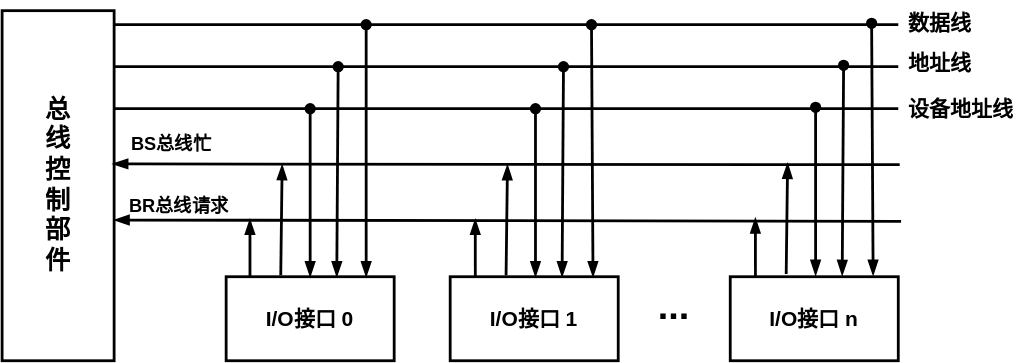
The draw.io diagram pictures/计算机组成原理-总线判优控制-计数器定时查询.drawio.svg in creatern/NoteBook, before a commit. Source tidied: cells renumbered, new cells last; positions are measured from the earlier drawing's top-left corner, leaving out a move shared by most shapes.
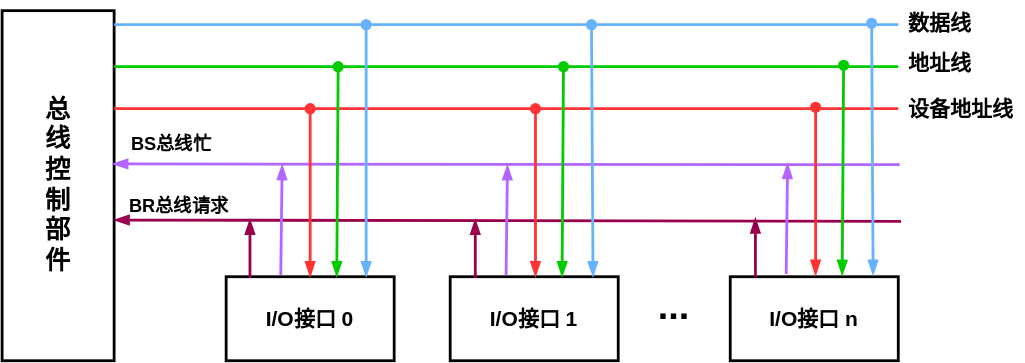
After the change.

What changed in the source:
```diff
@@ -2,19 +2,19 @@
   <root>
     <mxCell id="0" />
     <mxCell id="1" parent="0" />
-    <mxCell id="2" value="&lt;b style=&quot;font-size: 18px;&quot;&gt;&lt;font style=&quot;font-size: 18px;&quot;&gt;总&lt;br style=&quot;font-size: 18px;&quot;&gt;线&lt;br style=&quot;font-size: 18px;&quot;&gt;控&lt;br style=&quot;font-size: 18px;&quot;&gt;制&lt;br style=&quot;font-size: 18px;&quot;&gt;部&lt;br style=&quot;font-size: 18px;&quot;&gt;件&lt;/font&gt;&lt;/b&gt;" style="rounded=0;whiteSpace=wrap;html=1;fontFamily=Helvetica;fontSize=18;fontColor=default;strokeWidth=2;" parent="1" vertex="1">
+    <mxCell id="2" value="&lt;b style=&quot;font-size: 18px;&quot;&gt;&lt;font style=&quot;font-size: 18px;&quot;&gt;总&lt;br style=&quot;font-size: 18px;&quot;&gt;线&lt;br style=&quot;font-size: 18px;&quot;&gt;控&lt;br style=&quot;font-size: 18px;&quot;&gt;制&lt;br style=&quot;font-size: 18px;&quot;&gt;部&lt;br style=&quot;font-size: 18px;&quot;&gt;件&lt;/font&gt;&lt;/b&gt;" style="rounded=0;whiteSpace=wrap;html=1;fontFamily=Helvetica;fontSize=18;strokeWidth=2;" parent="1" vertex="1">
       <mxGeometry y="7" width="80" height="250" as="geometry" />
     </mxCell>
-    <mxCell id="3" value="&lt;b&gt;&lt;font style=&quot;font-size: 15px;&quot;&gt;I/O接口 0&lt;/font&gt;&lt;/b&gt;" style="rounded=0;whiteSpace=wrap;html=1;strokeColor=default;strokeWidth=2;fontFamily=Helvetica;fontSize=11;fontColor=default;fillColor=default;" parent="1" vertex="1">
+    <mxCell id="3" value="&lt;b&gt;&lt;font style=&quot;font-size: 15px;&quot;&gt;I/O接口 0&lt;/font&gt;&lt;/b&gt;" style="rounded=0;whiteSpace=wrap;html=1;strokeWidth=2;fontFamily=Helvetica;fontSize=11;" parent="1" vertex="1">
       <mxGeometry x="160" y="197" width="120" height="60" as="geometry" />
     </mxCell>
-    <mxCell id="4" value="&lt;b&gt;&lt;font style=&quot;font-size: 15px;&quot;&gt;I/O接口 1&lt;/font&gt;&lt;/b&gt;" style="rounded=0;whiteSpace=wrap;html=1;strokeColor=default;strokeWidth=2;fontFamily=Helvetica;fontSize=11;fontColor=default;fillColor=default;" parent="1" vertex="1">
+    <mxCell id="4" value="&lt;b&gt;&lt;font style=&quot;font-size: 15px;&quot;&gt;I/O接口 1&lt;/font&gt;&lt;/b&gt;" style="rounded=0;whiteSpace=wrap;html=1;strokeWidth=2;fontFamily=Helvetica;fontSize=11;" parent="1" vertex="1">
       <mxGeometry x="320" y="197" width="120" height="60" as="geometry" />
     </mxCell>
-    <mxCell id="5" value="&lt;b&gt;&lt;font style=&quot;font-size: 15px;&quot;&gt;I/O接口 n&lt;/font&gt;&lt;/b&gt;" style="rounded=0;whiteSpace=wrap;html=1;strokeColor=default;strokeWidth=2;fontFamily=Helvetica;fontSize=11;fontColor=default;fillColor=default;" parent="1" vertex="1">
+    <mxCell id="5" value="&lt;b&gt;&lt;font style=&quot;font-size: 15px;&quot;&gt;I/O接口 n&lt;/font&gt;&lt;/b&gt;" style="rounded=0;whiteSpace=wrap;html=1;strokeWidth=2;fontFamily=Helvetica;fontSize=11;" parent="1" vertex="1">
       <mxGeometry x="520" y="197" width="120" height="60" as="geometry" />
     </mxCell>
-    <mxCell id="6" style="endArrow=none;html=1;rounded=0;labelBackgroundColor=default;strokeColor=default;strokeWidth=2;fontFamily=Helvetica;fontSize=11;fontColor=default;shape=connector;" parent="1" edge="1">
+    <mxCell id="6" style="endArrow=none;html=1;rounded=0;labelBackgroundColor=default;strokeColor=#00CC00;strokeWidth=2;fontFamily=Helvetica;fontSize=11;fontColor=default;shape=connector;" parent="1" edge="1">
       <mxGeometry relative="1" as="geometry">
         <mxPoint x="80" y="47" as="sourcePoint" />
         <mxPoint x="640" y="47" as="targetPoint" />
@@ -23,7 +23,7 @@
     <mxCell id="7" value="&lt;b&gt;&lt;font style=&quot;font-size: 15px;&quot;&gt;数据线&lt;/font&gt;&lt;/b&gt;" style="text;html=1;strokeColor=none;fillColor=none;align=center;verticalAlign=middle;whiteSpace=wrap;rounded=0;fontSize=11;fontFamily=Helvetica;fontColor=default;" parent="1" vertex="1">
       <mxGeometry x="640" width="60" height="30" as="geometry" />
     </mxCell>
-    <mxCell id="8" style="endArrow=none;html=1;rounded=0;labelBackgroundColor=default;strokeColor=default;strokeWidth=2;fontFamily=Helvetica;fontSize=11;fontColor=default;shape=connector;" parent="1" edge="1">
+    <mxCell id="8" style="endArrow=none;html=1;rounded=0;labelBackgroundColor=default;strokeColor=#FF3333;strokeWidth=2;fontFamily=Helvetica;fontSize=11;fontColor=default;shape=connector;" parent="1" edge="1">
       <mxGeometry relative="1" as="geometry">
         <mxPoint x="80" y="77" as="sourcePoint" />
         <mxPoint x="640" y="77" as="targetPoint" />
@@ -32,13 +32,13 @@
     <mxCell id="9" value="&lt;b&gt;&lt;font style=&quot;font-size: 15px;&quot;&gt;地址线&lt;/font&gt;&lt;/b&gt;" style="text;html=1;strokeColor=none;fillColor=none;align=center;verticalAlign=middle;whiteSpace=wrap;rounded=0;fontSize=11;fontFamily=Helvetica;fontColor=default;" parent="1" vertex="1">
       <mxGeometry x="640" y="29" width="60" height="30" as="geometry" />
     </mxCell>
-    <mxCell id="10" style="endArrow=blockThin;html=1;rounded=0;labelBackgroundColor=default;strokeColor=default;strokeWidth=2;fontFamily=Helvetica;fontSize=11;fontColor=default;shape=connector;entryX=0.975;entryY=0.331;entryDx=0;entryDy=0;entryPerimeter=0;endFill=1;" parent="1" edge="1">
+    <mxCell id="10" style="endArrow=blockThin;html=1;rounded=0;labelBackgroundColor=default;strokeColor=#B266FF;strokeWidth=2;fontFamily=Helvetica;fontSize=11;fontColor=default;shape=connector;entryX=0.975;entryY=0.331;entryDx=0;entryDy=0;entryPerimeter=0;endFill=1;" parent="1" edge="1">
       <mxGeometry relative="1" as="geometry">
         <mxPoint x="641" y="117" as="sourcePoint" />
         <mxPoint x="79" y="116.4" as="targetPoint" />
       </mxGeometry>
     </mxCell>
-    <mxCell id="11" style="endArrow=blockThin;html=1;rounded=0;labelBackgroundColor=default;strokeColor=default;strokeWidth=2;fontFamily=Helvetica;fontSize=11;fontColor=default;shape=connector;entryX=0.975;entryY=0.331;entryDx=0;entryDy=0;entryPerimeter=0;endFill=1;" parent="1" edge="1">
+    <mxCell id="11" style="endArrow=blockThin;html=1;rounded=0;labelBackgroundColor=default;strokeColor=#99004D;strokeWidth=2;fontFamily=Helvetica;fontSize=11;fontColor=default;shape=connector;entryX=0.975;entryY=0.331;entryDx=0;entryDy=0;entryPerimeter=0;endFill=1;" parent="1" edge="1">
       <mxGeometry relative="1" as="geometry">
         <mxPoint x="642" y="157.5" as="sourcePoint" />
         <mxPoint x="80" y="156.5" as="targetPoint" />
@@ -53,25 +53,25 @@
     <mxCell id="14" value="&lt;b style=&quot;font-size: 27px;&quot;&gt;&lt;font style=&quot;font-size: 27px;&quot;&gt;...&lt;/font&gt;&lt;/b&gt;" style="text;html=1;strokeColor=none;fillColor=none;align=center;verticalAlign=middle;whiteSpace=wrap;rounded=0;fontSize=27;fontFamily=Helvetica;fontColor=default;" parent="1" vertex="1">
       <mxGeometry x="450" y="204" width="60" height="30" as="geometry" />
     </mxCell>
-    <mxCell id="15" style="endArrow=blockThin;html=1;rounded=0;labelBackgroundColor=default;strokeColor=default;strokeWidth=2;fontFamily=Helvetica;fontSize=11;fontColor=default;shape=connector;exitX=0.142;exitY=0.033;exitDx=0;exitDy=0;exitPerimeter=0;endFill=1;" parent="1" edge="1">
+    <mxCell id="15" style="endArrow=blockThin;html=1;rounded=0;labelBackgroundColor=default;strokeColor=#99004D;strokeWidth=2;fontFamily=Helvetica;fontSize=11;fontColor=default;shape=connector;exitX=0.142;exitY=0.033;exitDx=0;exitDy=0;exitPerimeter=0;endFill=1;" parent="1" edge="1">
       <mxGeometry relative="1" as="geometry">
         <mxPoint x="177" y="198" as="sourcePoint" />
         <mxPoint x="177" y="156" as="targetPoint" />
       </mxGeometry>
     </mxCell>
-    <mxCell id="16" style="endArrow=blockThin;html=1;rounded=0;labelBackgroundColor=default;strokeColor=default;strokeWidth=2;fontFamily=Helvetica;fontSize=11;fontColor=default;shape=connector;exitX=0.325;exitY=-0.017;exitDx=0;exitDy=0;exitPerimeter=0;endFill=1;" parent="1" edge="1">
+    <mxCell id="16" style="endArrow=blockThin;html=1;rounded=0;labelBackgroundColor=default;strokeColor=#B266FF;strokeWidth=2;fontFamily=Helvetica;fontSize=11;fontColor=default;shape=connector;exitX=0.325;exitY=-0.017;exitDx=0;exitDy=0;exitPerimeter=0;endFill=1;" parent="1" edge="1">
       <mxGeometry relative="1" as="geometry">
         <mxPoint x="199" y="196" as="sourcePoint" />
         <mxPoint x="200" y="117" as="targetPoint" />
       </mxGeometry>
     </mxCell>
-    <mxCell id="17" style="endArrow=blockThin;html=1;rounded=0;labelBackgroundColor=default;strokeColor=default;strokeWidth=2;fontFamily=Helvetica;fontSize=11;fontColor=default;shape=connector;endFill=1;entryX=0.5;entryY=0;entryDx=0;entryDy=0;startArrow=oval;startFill=1;" parent="1" edge="1">
+    <mxCell id="17" style="endArrow=blockThin;html=1;rounded=0;labelBackgroundColor=default;strokeColor=#FF3333;strokeWidth=2;fontFamily=Helvetica;fontSize=11;fontColor=default;shape=connector;endFill=1;entryX=0.5;entryY=0;entryDx=0;entryDy=0;startArrow=oval;startFill=1;" parent="1" edge="1">
       <mxGeometry relative="1" as="geometry">
         <mxPoint x="220" y="77" as="sourcePoint" />
         <mxPoint x="220" y="197" as="targetPoint" />
       </mxGeometry>
     </mxCell>
-    <mxCell id="18" style="endArrow=blockThin;html=1;rounded=0;labelBackgroundColor=default;strokeColor=default;strokeWidth=2;fontFamily=Helvetica;fontSize=11;fontColor=default;shape=connector;endFill=1;startArrow=oval;startFill=1;" parent="1" edge="1">
+    <mxCell id="18" style="endArrow=blockThin;html=1;rounded=0;labelBackgroundColor=default;strokeColor=#00CC00;strokeWidth=2;fontFamily=Helvetica;fontSize=11;fontColor=default;shape=connector;endFill=1;startArrow=oval;startFill=1;" parent="1" edge="1">
       <mxGeometry relative="1" as="geometry">
         <mxPoint x="240" y="47" as="sourcePoint" />
         <mxPoint x="239" y="197" as="targetPoint" />
@@ -80,73 +80,73 @@
     <mxCell id="19" value="&lt;b&gt;&lt;font style=&quot;font-size: 15px;&quot;&gt;设备地址线&lt;/font&gt;&lt;/b&gt;" style="text;html=1;strokeColor=none;fillColor=none;align=center;verticalAlign=middle;whiteSpace=wrap;rounded=0;fontSize=11;fontFamily=Helvetica;fontColor=default;" parent="1" vertex="1">
       <mxGeometry x="640" y="62" width="90" height="30" as="geometry" />
     </mxCell>
-    <mxCell id="20" style="endArrow=none;html=1;rounded=0;labelBackgroundColor=default;strokeColor=default;strokeWidth=2;fontFamily=Helvetica;fontSize=11;fontColor=default;shape=connector;" parent="1" edge="1">
+    <mxCell id="20" style="endArrow=none;html=1;rounded=0;labelBackgroundColor=default;strokeColor=#66B2FF;strokeWidth=2;fontFamily=Helvetica;fontSize=11;fontColor=default;shape=connector;" parent="1" edge="1">
       <mxGeometry relative="1" as="geometry">
         <mxPoint x="80" y="17" as="sourcePoint" />
         <mxPoint x="640" y="17" as="targetPoint" />
       </mxGeometry>
     </mxCell>
-    <mxCell id="21" style="endArrow=blockThin;html=1;rounded=0;labelBackgroundColor=default;strokeColor=default;strokeWidth=2;fontFamily=Helvetica;fontSize=11;fontColor=default;shape=connector;endFill=1;startArrow=oval;startFill=1;" parent="1" edge="1">
+    <mxCell id="21" style="endArrow=blockThin;html=1;rounded=0;labelBackgroundColor=default;strokeColor=#66B2FF;strokeWidth=2;fontFamily=Helvetica;fontSize=11;fontColor=default;shape=connector;endFill=1;startArrow=oval;startFill=1;" parent="1" edge="1">
       <mxGeometry relative="1" as="geometry">
         <mxPoint x="260" y="17" as="sourcePoint" />
         <mxPoint x="260" y="197" as="targetPoint" />
       </mxGeometry>
     </mxCell>
-    <mxCell id="22" style="endArrow=blockThin;html=1;rounded=0;labelBackgroundColor=default;strokeColor=default;strokeWidth=2;fontFamily=Helvetica;fontSize=11;fontColor=default;shape=connector;exitX=0.142;exitY=0.033;exitDx=0;exitDy=0;exitPerimeter=0;endFill=1;" parent="1" edge="1">
+    <mxCell id="22" style="endArrow=blockThin;html=1;rounded=0;labelBackgroundColor=default;strokeColor=#99004D;strokeWidth=2;fontFamily=Helvetica;fontSize=11;fontColor=default;shape=connector;exitX=0.142;exitY=0.033;exitDx=0;exitDy=0;exitPerimeter=0;endFill=1;" parent="1" edge="1">
       <mxGeometry relative="1" as="geometry">
         <mxPoint x="337.9" y="198" as="sourcePoint" />
         <mxPoint x="337.9" y="156" as="targetPoint" />
       </mxGeometry>
     </mxCell>
-    <mxCell id="23" style="endArrow=blockThin;html=1;rounded=0;labelBackgroundColor=default;strokeColor=default;strokeWidth=2;fontFamily=Helvetica;fontSize=11;fontColor=default;shape=connector;exitX=0.325;exitY=-0.017;exitDx=0;exitDy=0;exitPerimeter=0;endFill=1;" parent="1" edge="1">
+    <mxCell id="23" style="endArrow=blockThin;html=1;rounded=0;labelBackgroundColor=default;strokeColor=#B266FF;strokeWidth=2;fontFamily=Helvetica;fontSize=11;fontColor=default;shape=connector;exitX=0.325;exitY=-0.017;exitDx=0;exitDy=0;exitPerimeter=0;endFill=1;" parent="1" edge="1">
       <mxGeometry relative="1" as="geometry">
         <mxPoint x="359.9" y="196" as="sourcePoint" />
         <mxPoint x="360.9" y="117" as="targetPoint" />
       </mxGeometry>
     </mxCell>
-    <mxCell id="24" style="endArrow=blockThin;html=1;rounded=0;labelBackgroundColor=default;strokeColor=default;strokeWidth=2;fontFamily=Helvetica;fontSize=11;fontColor=default;shape=connector;endFill=1;entryX=0.5;entryY=0;entryDx=0;entryDy=0;startArrow=oval;startFill=1;" parent="1" edge="1">
+    <mxCell id="24" style="endArrow=blockThin;html=1;rounded=0;labelBackgroundColor=default;strokeColor=#FF3333;strokeWidth=2;fontFamily=Helvetica;fontSize=11;fontColor=default;shape=connector;endFill=1;entryX=0.5;entryY=0;entryDx=0;entryDy=0;startArrow=oval;startFill=1;" parent="1" edge="1">
       <mxGeometry relative="1" as="geometry">
         <mxPoint x="380.9" y="77" as="sourcePoint" />
         <mxPoint x="380.9" y="197" as="targetPoint" />
       </mxGeometry>
     </mxCell>
-    <mxCell id="25" style="endArrow=blockThin;html=1;rounded=0;labelBackgroundColor=default;strokeColor=default;strokeWidth=2;fontFamily=Helvetica;fontSize=11;fontColor=default;shape=connector;endFill=1;startArrow=oval;startFill=1;" parent="1" edge="1">
+    <mxCell id="25" style="endArrow=blockThin;html=1;rounded=0;labelBackgroundColor=default;strokeColor=#00CC00;strokeWidth=2;fontFamily=Helvetica;fontSize=11;fontColor=default;shape=connector;endFill=1;startArrow=oval;startFill=1;" parent="1" edge="1">
       <mxGeometry relative="1" as="geometry">
         <mxPoint x="400.9" y="47" as="sourcePoint" />
         <mxPoint x="399.9" y="197" as="targetPoint" />
       </mxGeometry>
     </mxCell>
-    <mxCell id="26" style="endArrow=blockThin;html=1;rounded=0;labelBackgroundColor=default;strokeColor=default;strokeWidth=2;fontFamily=Helvetica;fontSize=11;fontColor=default;shape=connector;endFill=1;startArrow=oval;startFill=1;" parent="1" edge="1">
+    <mxCell id="26" style="endArrow=blockThin;html=1;rounded=0;labelBackgroundColor=default;strokeColor=#66B2FF;strokeWidth=2;fontFamily=Helvetica;fontSize=11;fontColor=default;shape=connector;endFill=1;startArrow=oval;startFill=1;" parent="1" edge="1">
       <mxGeometry relative="1" as="geometry">
         <mxPoint x="420.9" y="17" as="sourcePoint" />
         <mxPoint x="422" y="197" as="targetPoint" />
       </mxGeometry>
     </mxCell>
-    <mxCell id="27" style="endArrow=blockThin;html=1;rounded=0;labelBackgroundColor=default;strokeColor=default;strokeWidth=2;fontFamily=Helvetica;fontSize=11;fontColor=default;shape=connector;exitX=0.142;exitY=0.033;exitDx=0;exitDy=0;exitPerimeter=0;endFill=1;" parent="1" edge="1">
+    <mxCell id="27" style="endArrow=blockThin;html=1;rounded=0;labelBackgroundColor=default;strokeColor=#99004D;strokeWidth=2;fontFamily=Helvetica;fontSize=11;fontColor=default;shape=connector;exitX=0.142;exitY=0.033;exitDx=0;exitDy=0;exitPerimeter=0;endFill=1;" parent="1" edge="1">
       <mxGeometry relative="1" as="geometry">
         <mxPoint x="538" y="197" as="sourcePoint" />
         <mxPoint x="538" y="155" as="targetPoint" />
       </mxGeometry>
     </mxCell>
-    <mxCell id="28" style="endArrow=blockThin;html=1;rounded=0;labelBackgroundColor=default;strokeColor=default;strokeWidth=2;fontFamily=Helvetica;fontSize=11;fontColor=default;shape=connector;exitX=0.325;exitY=-0.017;exitDx=0;exitDy=0;exitPerimeter=0;endFill=1;" parent="1" edge="1">
+    <mxCell id="28" style="endArrow=blockThin;html=1;rounded=0;labelBackgroundColor=default;strokeColor=#B266FF;strokeWidth=2;fontFamily=Helvetica;fontSize=11;fontColor=default;shape=connector;exitX=0.325;exitY=-0.017;exitDx=0;exitDy=0;exitPerimeter=0;endFill=1;" parent="1" edge="1">
       <mxGeometry relative="1" as="geometry">
         <mxPoint x="560" y="195" as="sourcePoint" />
         <mxPoint x="561" y="116" as="targetPoint" />
       </mxGeometry>
     </mxCell>
-    <mxCell id="29" style="endArrow=blockThin;html=1;rounded=0;labelBackgroundColor=default;strokeColor=default;strokeWidth=2;fontFamily=Helvetica;fontSize=11;fontColor=default;shape=connector;endFill=1;entryX=0.5;entryY=0;entryDx=0;entryDy=0;startArrow=oval;startFill=1;" parent="1" edge="1">
+    <mxCell id="29" style="endArrow=blockThin;html=1;rounded=0;labelBackgroundColor=default;strokeColor=#FF3333;strokeWidth=2;fontFamily=Helvetica;fontSize=11;fontColor=default;shape=connector;endFill=1;entryX=0.5;entryY=0;entryDx=0;entryDy=0;startArrow=oval;startFill=1;" parent="1" edge="1">
       <mxGeometry relative="1" as="geometry">
         <mxPoint x="581" y="76" as="sourcePoint" />
         <mxPoint x="581" y="196" as="targetPoint" />
       </mxGeometry>
     </mxCell>
-    <mxCell id="30" style="endArrow=blockThin;html=1;rounded=0;labelBackgroundColor=default;strokeColor=default;strokeWidth=2;fontFamily=Helvetica;fontSize=11;fontColor=default;shape=connector;endFill=1;startArrow=oval;startFill=1;" parent="1" edge="1">
+    <mxCell id="30" style="endArrow=blockThin;html=1;rounded=0;labelBackgroundColor=default;strokeColor=#00CC00;strokeWidth=2;fontFamily=Helvetica;fontSize=11;fontColor=default;shape=connector;endFill=1;startArrow=oval;startFill=1;" parent="1" edge="1">
       <mxGeometry relative="1" as="geometry">
         <mxPoint x="601" y="46" as="sourcePoint" />
         <mxPoint x="600" y="196" as="targetPoint" />
       </mxGeometry>
     </mxCell>
-    <mxCell id="31" style="endArrow=blockThin;html=1;rounded=0;labelBackgroundColor=default;strokeColor=default;strokeWidth=2;fontFamily=Helvetica;fontSize=11;fontColor=default;shape=connector;endFill=1;startArrow=oval;startFill=1;" parent="1" edge="1">
+    <mxCell id="31" style="endArrow=blockThin;html=1;rounded=0;labelBackgroundColor=default;strokeColor=#66B2FF;strokeWidth=2;fontFamily=Helvetica;fontSize=11;fontColor=default;shape=connector;endFill=1;startArrow=oval;startFill=1;" parent="1" edge="1">
       <mxGeometry relative="1" as="geometry">
         <mxPoint x="621" y="16" as="sourcePoint" />
         <mxPoint x="622" y="196" as="targetPoint" />
```
